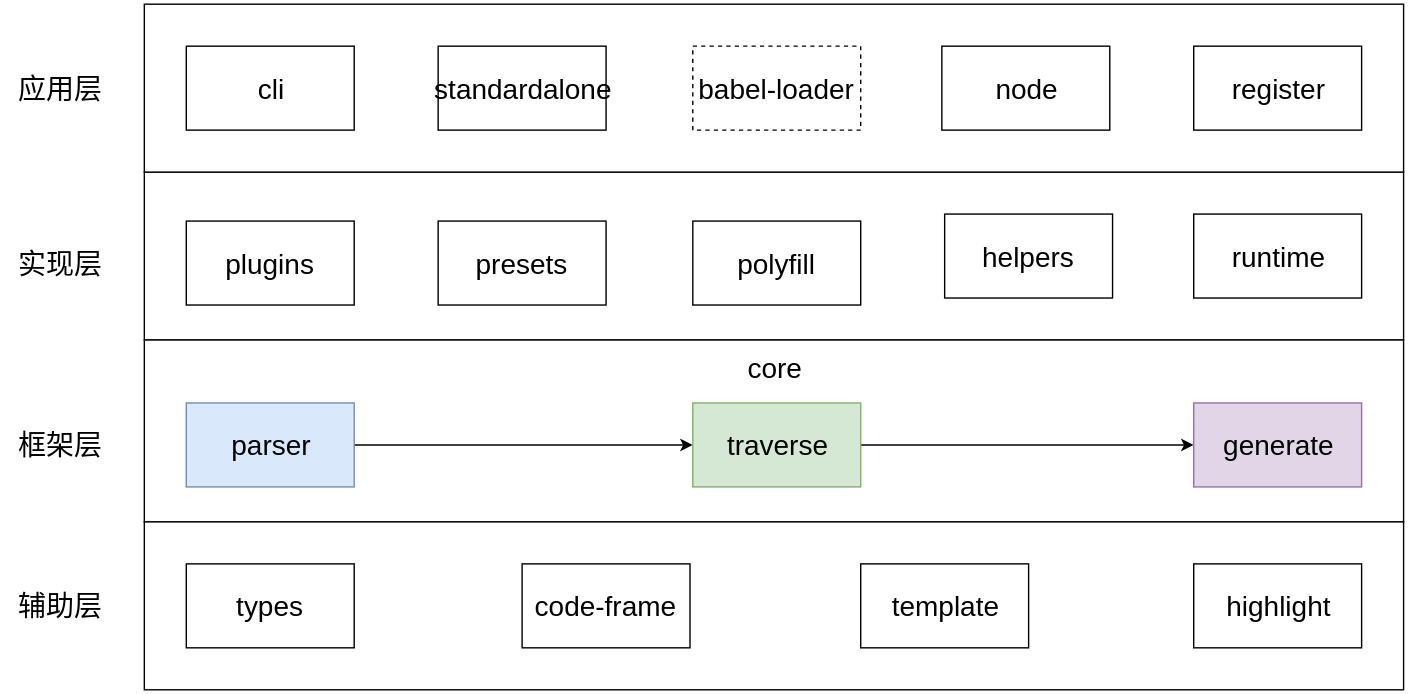
vivaxyblog/vivaxyblog.github.io keeps this draw.io diagram as assets/2019-11-19-how-babel-is-built-cn/babel-modules.svg. Above is the earlier version. Source tidied: cells renumbered, new cells last; positions are measured from the earlier drawing's top-left corner, leaving out a move shared by most shapes.
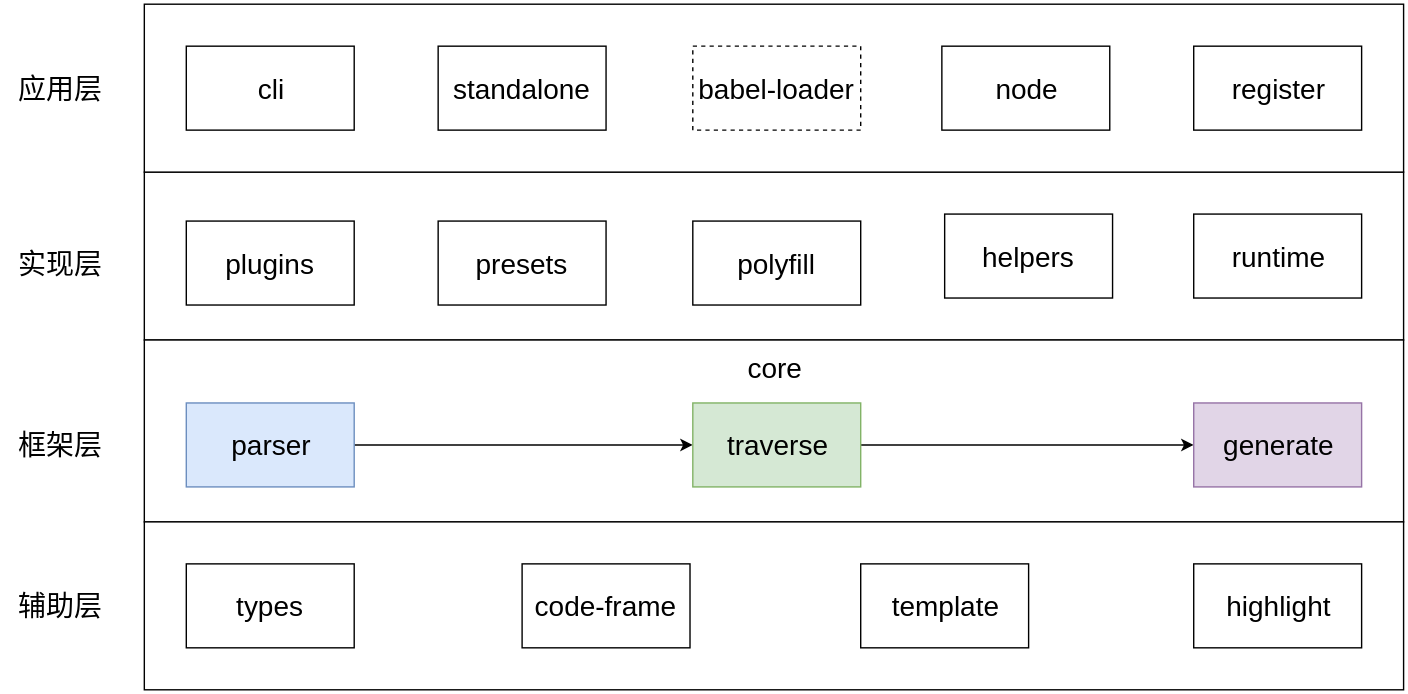
The same file after the commit.

Commit message:
fix(post): :bug: 2019-11-19-how-babel-is-built-cn

typo

Change to the diagram source:
```diff
@@ -56,7 +56,7 @@
     <mxCell id="19" value="register" style="rounded=0;whiteSpace=wrap;html=1;fontFamily=Helvetica;fontSize=20;" parent="1" vertex="1">
       <mxGeometry x="850" y="30" width="120" height="60" as="geometry" />
     </mxCell>
-    <mxCell id="20" value="standardalone" style="rounded=0;whiteSpace=wrap;html=1;fontFamily=Helvetica;fontSize=20;" parent="1" vertex="1">
+    <mxCell id="20" value="standalone" style="rounded=0;whiteSpace=wrap;html=1;fontFamily=Helvetica;fontSize=20;" parent="1" vertex="1">
       <mxGeometry x="310" y="30" width="120" height="60" as="geometry" />
     </mxCell>
     <mxCell id="21" value="应用层" style="text;html=1;strokeColor=none;fillColor=none;align=center;verticalAlign=middle;whiteSpace=wrap;rounded=0;fontFamily=Helvetica;fontSize=20;" parent="1" vertex="1">
```
